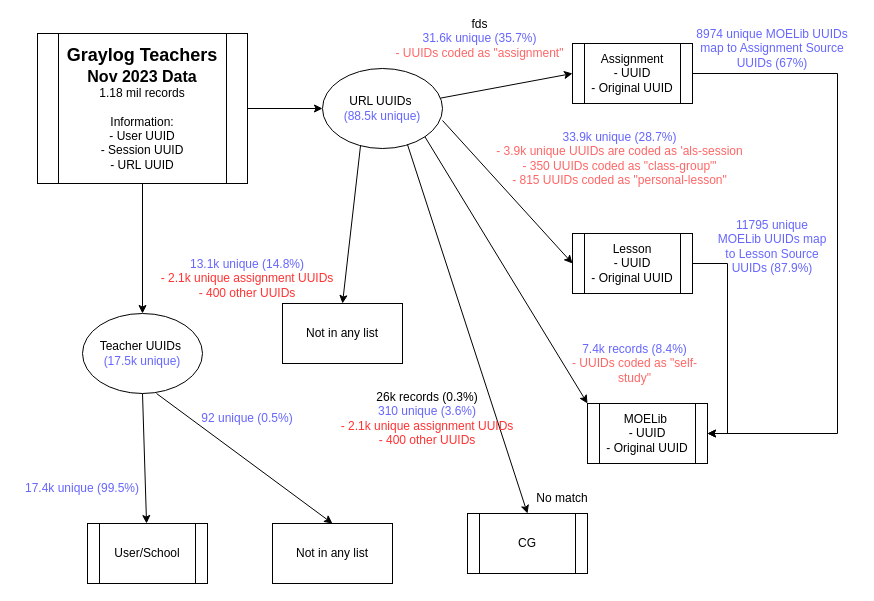
munglin/psychological keeps this draw.io diagram as Graylog Teachers.drawio. Above is the earlier version. Source tidied: cells renumbered, new cells numbered last; positions are measured from the earlier drawing's top-left corner, leaving out a move shared by most shapes. Both pictures are drawn from the tidied source at 100%, with x=0, y=0 at pixel (17, 23).
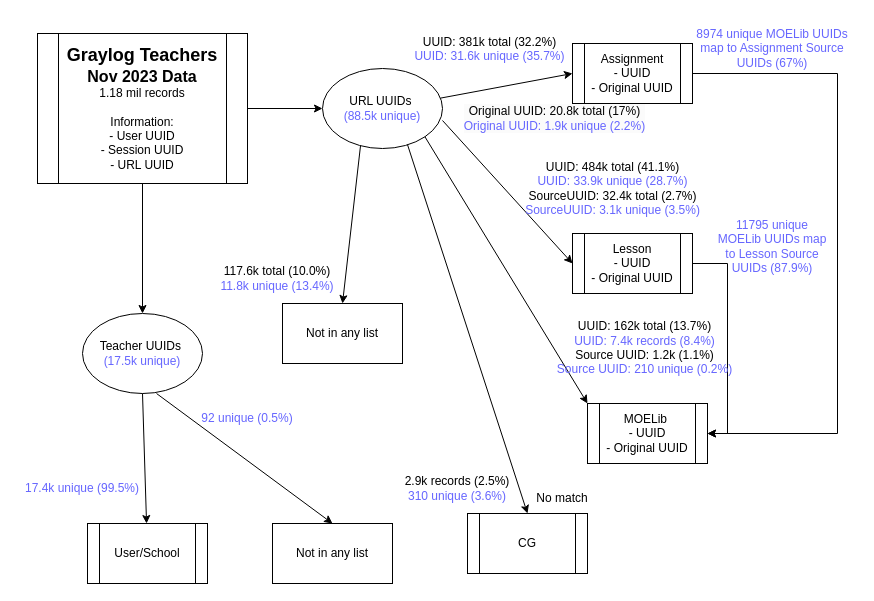
The same diagram, later.

Diff of the diagram source:
```diff
@@
-    <mxCell id="19" value="&lt;div&gt;&lt;span style=&quot;background-color: initial;&quot;&gt;fds&lt;/span&gt;&lt;/div&gt;&lt;div&gt;&lt;span style=&quot;caret-color: rgb(102, 102, 255); background-color: initial;&quot;&gt;&lt;font color=&quot;#6666ff&quot;&gt;31.6k unique (35.7%)&lt;/font&gt;&lt;/span&gt;&lt;/div&gt;&lt;div&gt;&lt;span style=&quot;color: rgb(255, 102, 102); caret-color: rgb(102, 102, 255); background-color: initial;&quot;&gt;- UUIDs coded as &quot;assignment&quot;&lt;/span&gt;&lt;br&gt;&lt;/div&gt;" style="text;html=1;align=center;verticalAlign=middle;whiteSpace=wrap;rounded=0;" parent="1" vertex="1">
-      <mxGeometry x="375" width="175" height="30" as="geometry" />
+    <mxCell id="19" value="&lt;div&gt;&lt;span style=&quot;background-color: initial; caret-color: rgb(102, 102, 255);&quot;&gt;UUID: 381k total (32.2%)&lt;/span&gt;&lt;br&gt;&lt;/div&gt;&lt;div&gt;&lt;span style=&quot;color: rgb(102, 102, 255); background-color: initial; caret-color: rgb(102, 102, 255);&quot;&gt;UUID: 31.6k unique (35.7%)&lt;/span&gt;&lt;br&gt;&lt;/div&gt;&lt;div&gt;&lt;br&gt;&lt;/div&gt;" style="text;html=1;align=center;verticalAlign=middle;whiteSpace=wrap;rounded=0;" parent="1" vertex="1">
+      <mxGeometry x="385" y="15" width="175" height="35" as="geometry" />
     </mxCell>
-    <mxCell id="20" value="&lt;div&gt;&lt;span style=&quot;background-color: initial; color: rgb(102, 102, 255);&quot;&gt;33.9k unique (28.7%)&lt;/span&gt;&lt;br&gt;&lt;/div&gt;&lt;div&gt;&lt;span style=&quot;caret-color: rgb(102, 102, 255);&quot;&gt;&lt;font color=&quot;#ff6666&quot;&gt;- 3.9k unique UUIDs are coded as 'als-session&lt;/font&gt;&lt;/span&gt;&lt;/div&gt;&lt;div&gt;&lt;font color=&quot;#ff6666&quot;&gt;&lt;span style=&quot;caret-color: rgb(102, 102, 255);&quot;&gt;- 350 UUIDs coded as &quot;class-group&quot;&lt;/span&gt;&lt;span style=&quot;caret-color: rgb(102, 102, 255);&quot;&gt;'&lt;/span&gt;&lt;/font&gt;&lt;/div&gt;&lt;div&gt;&lt;span style=&quot;caret-color: rgb(102, 102, 255);&quot;&gt;&lt;font color=&quot;#ff6666&quot;&gt;- 815 UUIDs coded as &quot;personal-lesson&quot;&lt;/font&gt;&lt;/span&gt;&lt;/div&gt;" style="text;html=1;align=center;verticalAlign=middle;whiteSpace=wrap;rounded=0;" parent="1" vertex="1">
-      <mxGeometry x="470" y="120" width="265" height="30" as="geometry" />
+    <mxCell id="20" value="&lt;div&gt;&lt;span style=&quot;background-color: initial;&quot;&gt;UUID: 484k total (41.1%)&lt;/span&gt;&lt;br&gt;&lt;/div&gt;&lt;div&gt;&lt;span style=&quot;background-color: initial; color: rgb(102, 102, 255);&quot;&gt;UUID: 33.9k unique (28.7%)&lt;/span&gt;&lt;br&gt;&lt;/div&gt;&lt;div&gt;&lt;div&gt;&lt;span style=&quot;background-color: initial;&quot;&gt;SourceUUID: 32.4k total (2.7%)&lt;/span&gt;&lt;br&gt;&lt;/div&gt;&lt;div&gt;&lt;span style=&quot;background-color: initial; color: rgb(102, 102, 255);&quot;&gt;SourceUUID: 3.1k unique (3.5%)&lt;/span&gt;&lt;/div&gt;&lt;/div&gt;" style="text;html=1;align=center;verticalAlign=middle;whiteSpace=wrap;rounded=0;" parent="1" vertex="1">
+      <mxGeometry x="462.5" y="150" width="265" height="30" as="geometry" />
     </mxCell>
-    <mxCell id="21" value="&lt;div&gt;&lt;span style=&quot;color: rgb(102, 102, 255); background-color: initial;&quot;&gt;7.4k records (8.4%)&lt;/span&gt;&lt;br&gt;&lt;/div&gt;&lt;div&gt;&lt;font color=&quot;#ff6666&quot;&gt;- UUIDs coded as &quot;self-study&quot;&lt;/font&gt;&lt;/div&gt;" style="text;html=1;align=center;verticalAlign=middle;whiteSpace=wrap;rounded=0;" parent="1" vertex="1">
-      <mxGeometry x="540" y="310" width="155" height="60" as="geometry" />
+    <mxCell id="21" value="&lt;div&gt;&lt;span style=&quot;color: rgb(102, 102, 255); background-color: initial;&quot;&gt;&lt;br&gt;&lt;/span&gt;&lt;/div&gt;&lt;div&gt;&lt;div&gt;&lt;br&gt;&lt;/div&gt;&lt;/div&gt;&lt;div&gt;&lt;span style=&quot;background-color: initial;&quot;&gt;UUID: 162k total (13.7%)&lt;/span&gt;&lt;br&gt;&lt;/div&gt;&lt;div&gt;&lt;span style=&quot;color: rgb(102, 102, 255); background-color: initial;&quot;&gt;UUID: 7.4k records (8.4%)&lt;/span&gt;&lt;br&gt;&lt;/div&gt;&lt;div&gt;Source UUID: 1.2k (1.1%)&lt;/div&gt;&lt;div&gt;&lt;div&gt;&lt;span style=&quot;color: rgb(102, 102, 255); background-color: initial;&quot;&gt;Source UUID: 210 unique (0.2%)&lt;/span&gt;&lt;br&gt;&lt;/div&gt;&lt;/div&gt;" style="text;html=1;align=center;verticalAlign=middle;whiteSpace=wrap;rounded=0;" parent="1" vertex="1">
+      <mxGeometry x="530" y="280" width="195" height="60" as="geometry" />
     </mxCell>
-    <mxCell id="22" value="&lt;div&gt;&lt;font style=&quot;background-color: initial;&quot; color=&quot;#6666ff&quot;&gt;13.1k unique&amp;nbsp;&lt;/font&gt;&lt;span style=&quot;background-color: initial; color: rgb(102, 102, 255);&quot;&gt;(14.8%)&lt;/span&gt;&lt;br&gt;&lt;/div&gt;&lt;div&gt;&lt;font color=&quot;#ff3333&quot;&gt;- 2.1k unique assignment UUIDs&lt;/font&gt;&lt;/div&gt;&lt;div&gt;&lt;font color=&quot;#ff3333&quot;&gt;&lt;span style=&quot;caret-color: rgb(255, 51, 51);&quot;&gt;- 400 other UUIDs&lt;/span&gt;&lt;/font&gt;&lt;/div&gt;" style="text;html=1;align=center;verticalAlign=middle;whiteSpace=wrap;rounded=0;" parent="1" vertex="1">
-      <mxGeometry x="140" y="240" width="180" height="30" as="geometry" />
+    <mxCell id="22" value="&lt;div&gt;&lt;font style=&quot;background-color: initial;&quot;&gt;117.6k total (10.0%)&lt;/font&gt;&lt;/div&gt;&lt;div&gt;&lt;font style=&quot;background-color: initial;&quot; color=&quot;#6666ff&quot;&gt;11.8k unique&amp;nbsp;&lt;/font&gt;&lt;span style=&quot;background-color: initial; color: rgb(102, 102, 255);&quot;&gt;(13.4%)&lt;/span&gt;&lt;/div&gt;" style="text;html=1;align=center;verticalAlign=middle;whiteSpace=wrap;rounded=0;" parent="1" vertex="1">
+      <mxGeometry x="170" y="240" width="180" height="30" as="geometry" />
     </mxCell>
@@
-    <mxCell id="32" value="&lt;div&gt;26k records (0.3%)&lt;/div&gt;&lt;div&gt;&lt;font color=&quot;#6666ff&quot;&gt;310 unique (3.6%)&lt;/font&gt;&lt;/div&gt;&lt;div&gt;&lt;font color=&quot;#ff3333&quot;&gt;- 2.1k unique assignment UUIDs&lt;/font&gt;&lt;/div&gt;&lt;div&gt;&lt;font color=&quot;#ff3333&quot;&gt;&lt;span style=&quot;caret-color: rgb(255, 51, 51);&quot;&gt;- 400 other UUIDs&lt;/span&gt;&lt;/font&gt;&lt;/div&gt;" style="text;html=1;align=center;verticalAlign=middle;whiteSpace=wrap;rounded=0;" parent="1" vertex="1">
-      <mxGeometry x="320" y="380" width="180" height="30" as="geometry" />
+    <mxCell id="32" value="&lt;div&gt;&lt;span style=&quot;background-color: initial;&quot;&gt;2.9k records (2.5%)&lt;/span&gt;&lt;/div&gt;&lt;div&gt;&lt;span style=&quot;color: rgb(102, 102, 255); background-color: initial;&quot;&gt;310 unique (3.6%)&lt;/span&gt;&lt;/div&gt;" style="text;html=1;align=center;verticalAlign=middle;whiteSpace=wrap;rounded=0;" parent="1" vertex="1">
+      <mxGeometry x="350" y="450" width="180" height="30" as="geometry" />
     </mxCell>
+    <mxCell id="33" value="&lt;div style=&quot;forced-color-adjust: none; color: rgb(0, 0, 0); font-family: Helvetica; font-size: 12px; font-style: normal; font-variant-ligatures: normal; font-variant-caps: normal; font-weight: 400; letter-spacing: normal; orphans: 2; text-align: center; text-indent: 0px; text-transform: none; widows: 2; word-spacing: 0px; -webkit-text-stroke-width: 0px; white-space: normal; background-color: rgb(251, 251, 251); text-decoration-thickness: initial; text-decoration-style: initial; text-decoration-color: initial;&quot;&gt;Original UUID: 20.8k total (17%)&lt;br&gt;&lt;/div&gt;&lt;div style=&quot;forced-color-adjust: none; color: rgb(0, 0, 0); font-family: Helvetica; font-size: 12px; font-style: normal; font-variant-ligatures: normal; font-variant-caps: normal; font-weight: 400; letter-spacing: normal; orphans: 2; text-align: center; text-indent: 0px; text-transform: none; widows: 2; word-spacing: 0px; -webkit-text-stroke-width: 0px; white-space: normal; background-color: rgb(251, 251, 251); text-decoration-thickness: initial; text-decoration-style: initial; text-decoration-color: initial;&quot;&gt;&lt;font style=&quot;forced-color-adjust: none;&quot; color=&quot;#6666ff&quot;&gt;Original UUID: 1.9k unique (2.2%)&lt;/font&gt;&lt;/div&gt;" style="text;html=1;align=center;verticalAlign=middle;whiteSpace=wrap;rounded=0;" parent="1" vertex="1">
+      <mxGeometry x="440" y="70" width="195" height="50" as="geometry" />
+    </mxCell>
```
